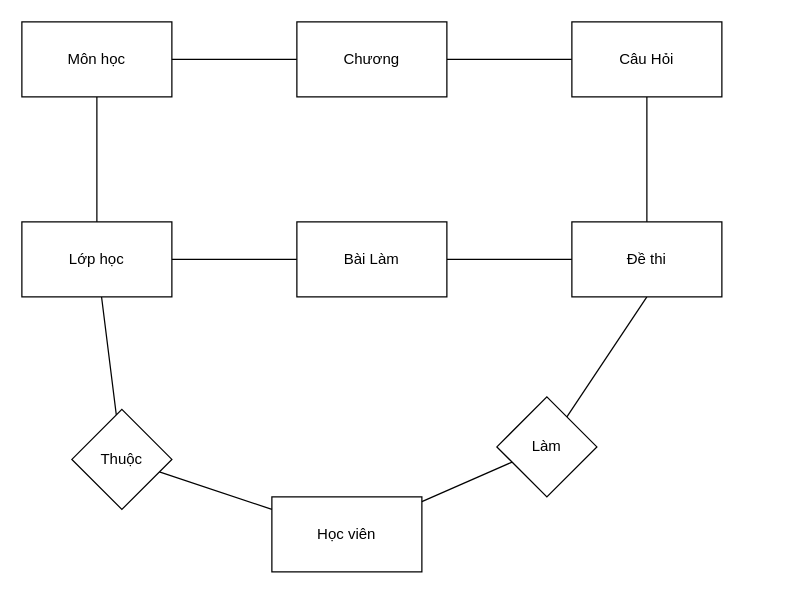
This is er.drawio from KhaiZeR0/LuyenThiTracNghiem-HDT1, a draw.io file, before an edit. Source tidied: cells renumbered, new cells numbered last; positions are measured from the earlier drawing's top-left corner, leaving out a move shared by most shapes. Both pictures are drawn from the tidied source at 125%, with x=0, y=0 at pixel (21, 21).
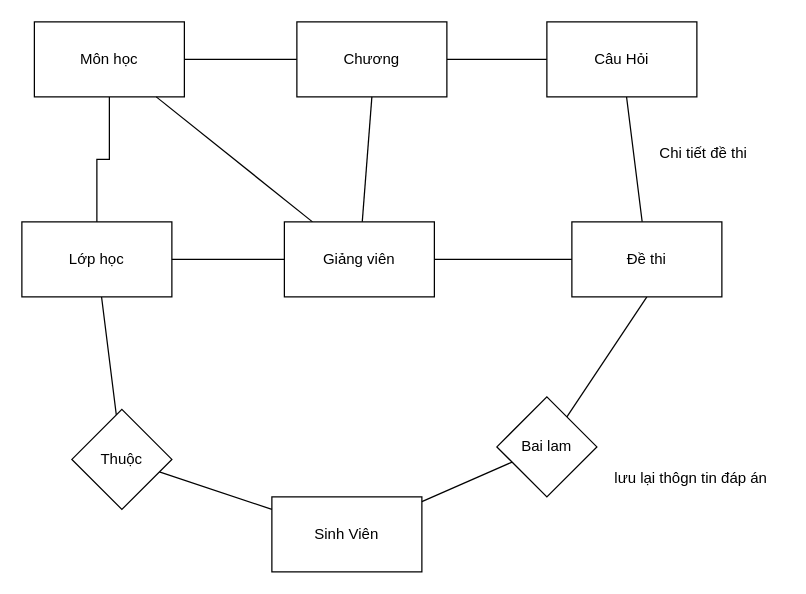
After the change.

Unchanged cells that the change refers to:
```xml
<mxCell id="6" value="Chương" style="rounded=0;whiteSpace=wrap;html=1;" parent="1" vertex="1">
  <mxGeometry x="220" width="120" height="60" as="geometry" />
</mxCell>
<mxCell id="10" value="Đề thi" style="whiteSpace=wrap;html=1;rounded=0;" parent="1" vertex="1">
  <mxGeometry x="440" y="160" width="120" height="60" as="geometry" />
</mxCell>
<mxCell id="14" value="Lớp học" style="rounded=0;whiteSpace=wrap;html=1;" parent="1" vertex="1">
  <mxGeometry y="160" width="120" height="60" as="geometry" />
</mxCell>
```

Diff of the diagram source:
```diff
@@
     <mxCell id="3" value="Môn học" style="rounded=0;whiteSpace=wrap;html=1;" parent="1" vertex="1">
-      <mxGeometry width="120" height="60" as="geometry" />
+      <mxGeometry x="10" width="120" height="60" as="geometry" />
     </mxCell>
@@
     <mxCell id="8" value="Câu Hỏi" style="whiteSpace=wrap;html=1;rounded=0;" parent="1" vertex="1">
-      <mxGeometry x="440" width="120" height="60" as="geometry" />
+      <mxGeometry x="420" width="120" height="60" as="geometry" />
     </mxCell>
@@
-    <mxCell id="11" value="Học viên" style="rounded=0;whiteSpace=wrap;html=1;" parent="1" vertex="1">
+    <mxCell id="11" value="Sinh Viên" style="rounded=0;whiteSpace=wrap;html=1;" parent="1" vertex="1">
       <mxGeometry x="200" y="380" width="120" height="60" as="geometry" />
     </mxCell>
-    <mxCell id="12" style="edgeStyle=orthogonalEdgeStyle;rounded=0;jettySize=auto;html=1;endArrow=none;endFill=0;" parent="1" edge="1" source="14" target="16">
-      <mxGeometry relative="1" as="geometry" />
-    </mxCell>
@@
-    <mxCell id="15" style="rounded=0;jettySize=auto;html=1;endArrow=none;endFill=0;" parent="1" edge="1" source="16" target="10">
-      <mxGeometry relative="1" as="geometry" />
-    </mxCell>
-    <mxCell id="16" value="Bài Làm" style="rounded=0;whiteSpace=wrap;html=1;" parent="1" vertex="1">
-      <mxGeometry x="220" y="160" width="120" height="60" as="geometry" />
-    </mxCell>
@@
-    <mxCell id="18" value="Làm" style="rhombus;whiteSpace=wrap;html=1;" parent="1" vertex="1">
+    <mxCell id="18" value="Bai lam" style="rhombus;whiteSpace=wrap;html=1;" parent="1" vertex="1">
       <mxGeometry x="380" y="300" width="80" height="80" as="geometry" />
     </mxCell>
@@
+    <mxCell id="21" style="rounded=0;jettySize=auto;html=1;endArrow=none;endFill=0;" parent="1" edge="1" source="25" target="3">
+      <mxGeometry relative="1" as="geometry" />
+    </mxCell>
+    <mxCell id="22" style="edgeStyle=orthogonalEdgeStyle;rounded=0;jettySize=auto;html=1;endArrow=none;endFill=0;" parent="1" edge="1" source="25" target="10">
+      <mxGeometry relative="1" as="geometry" />
+    </mxCell>
+    <mxCell id="23" style="rounded=0;jettySize=auto;html=1;entryX=0.5;entryY=1;entryDx=0;entryDy=0;endArrow=none;endFill=0;" parent="1" edge="1" source="25" target="6">
+      <mxGeometry relative="1" as="geometry" />
+    </mxCell>
+    <mxCell id="24" style="edgeStyle=orthogonalEdgeStyle;rounded=0;jettySize=auto;html=1;endArrow=none;endFill=0;" parent="1" edge="1" source="25" target="14">
+      <mxGeometry relative="1" as="geometry" />
+    </mxCell>
+    <mxCell id="25" value="Giảng viên" style="rounded=0;whiteSpace=wrap;html=1;" parent="1" vertex="1">
+      <mxGeometry x="210" y="160" width="120" height="60" as="geometry" />
+    </mxCell>
+    <mxCell id="26" value="Chi tiết đề thi" style="text;html=1;align=center;verticalAlign=middle;strokeColor=none;fillColor=none;" parent="1" vertex="1">
+      <mxGeometry x="500" y="90" width="90" height="30" as="geometry" />
+    </mxCell>
+    <mxCell id="27" value="lưu lại thôgn tin đáp án" style="text;html=1;align=center;verticalAlign=middle;strokeColor=none;fillColor=none;" parent="1" vertex="1">
+      <mxGeometry x="460" y="350" width="150" height="30" as="geometry" />
+    </mxCell>
```
